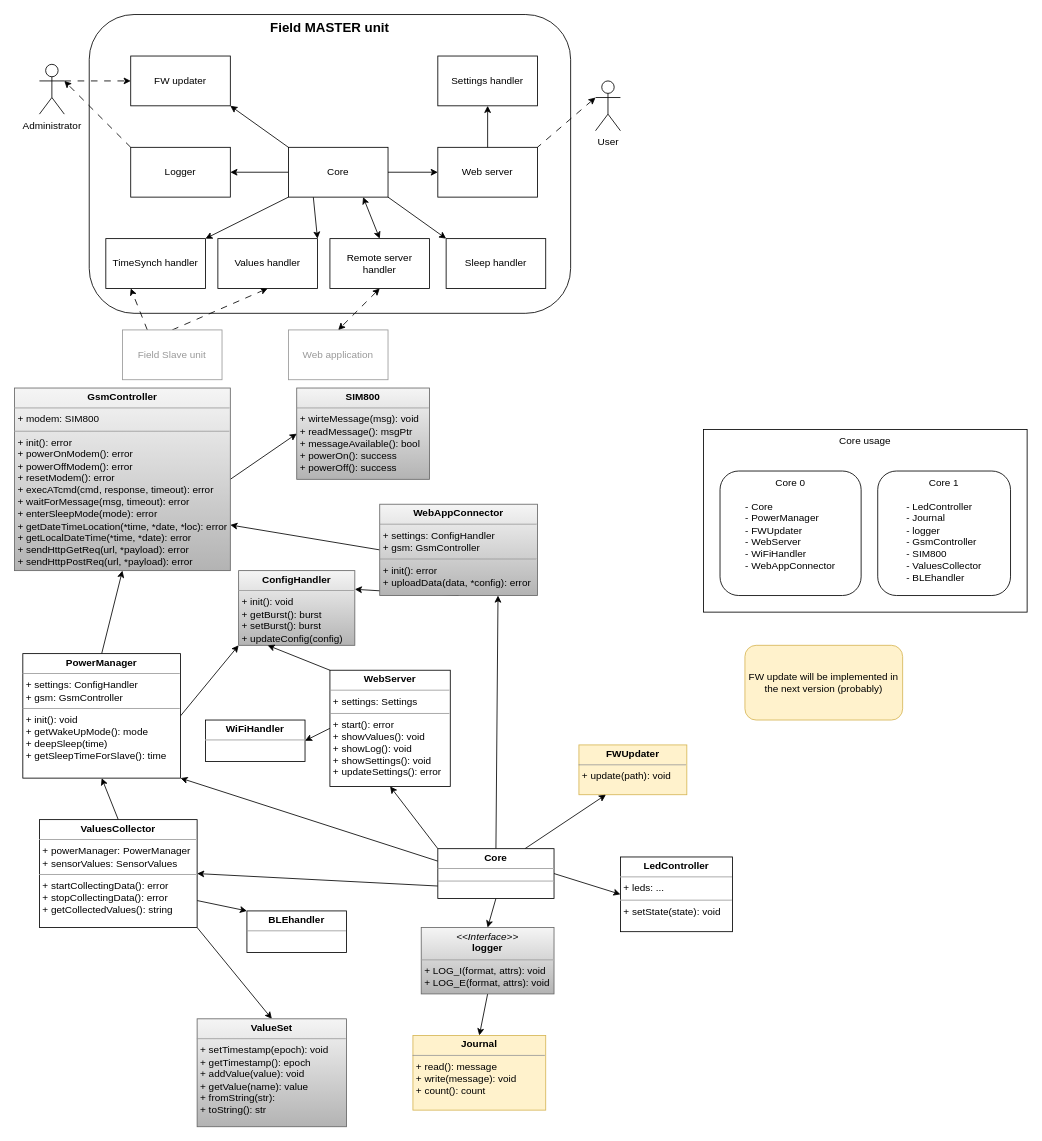
This is page "Master unit" (7 of 7) of docs/Apiary_charts_and_views.drawio from Barabas19/Apiary_system, a draw.io file, before an edit. Source tidied: cells renumbered, new cells numbered last; positions are measured from the earlier drawing's top-left corner, leaving out a move shared by most shapes. Both pictures are drawn from the tidied source at 83%, with x=0, y=0 at pixel (14, 14).
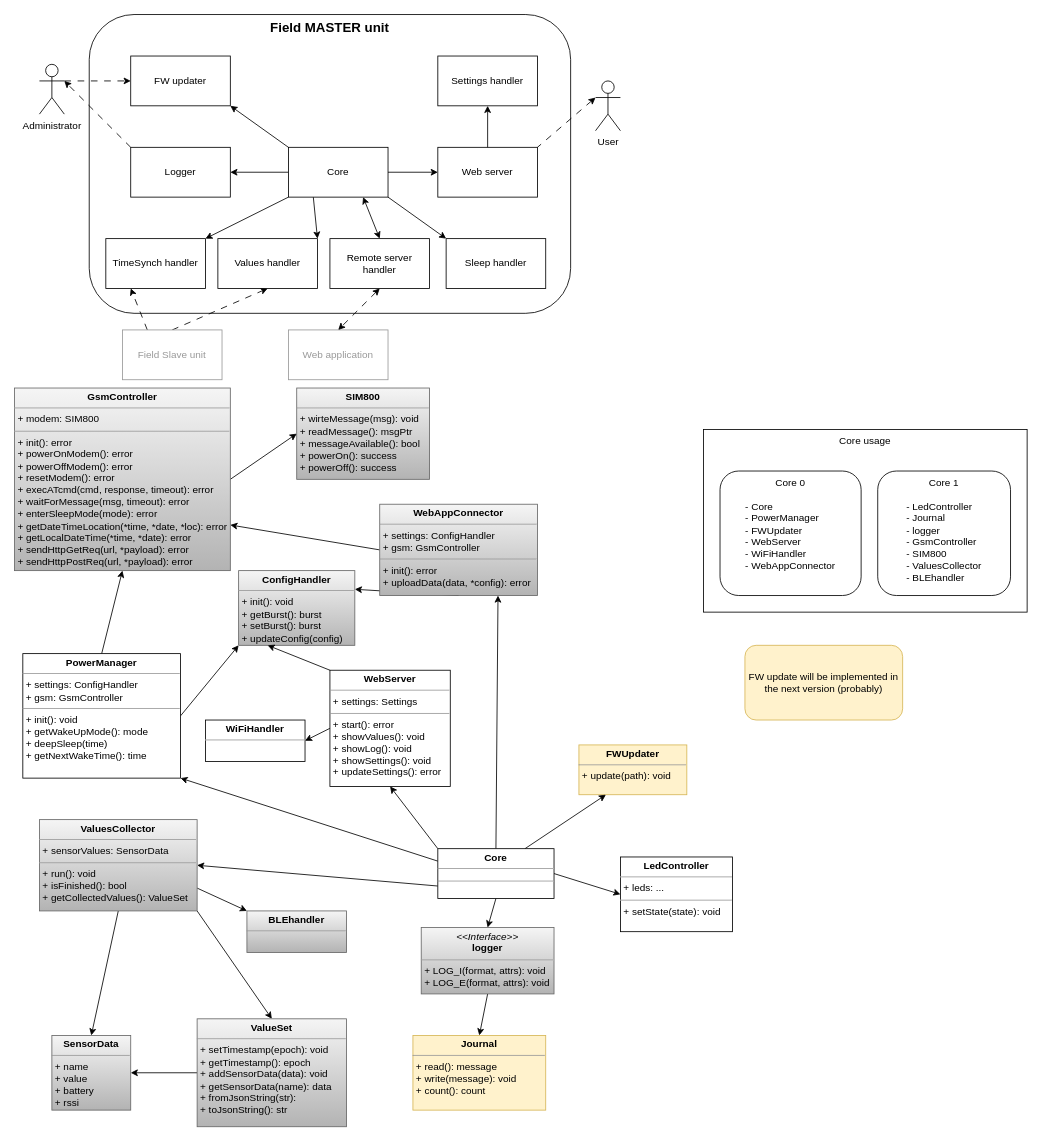
The same page after the edit.

Change to the diagram source:
```diff
@@
-    <mxCell id="40" value="&lt;p style=&quot;margin:0px;margin-top:4px;text-align:center;&quot;&gt;&lt;b&gt;PowerManager&lt;/b&gt;&lt;/p&gt;&lt;hr size=&quot;1&quot;&gt;&lt;p style=&quot;margin:0px;margin-left:4px;&quot;&gt;+ settings: ConfigHandler&lt;/p&gt;&lt;p style=&quot;margin:0px;margin-left:4px;&quot;&gt;+ gsm: GsmController&lt;/p&gt;&lt;hr size=&quot;1&quot;&gt;&lt;p style=&quot;margin:0px;margin-left:4px;&quot;&gt;+ init(): void&lt;/p&gt;&lt;p style=&quot;margin:0px;margin-left:4px;&quot;&gt;+ getWakeUpMode(): mode&lt;/p&gt;&lt;p style=&quot;margin:0px;margin-left:4px;&quot;&gt;+ deepSleep(time)&lt;/p&gt;&lt;p style=&quot;margin:0px;margin-left:4px;&quot;&gt;+ getSleepTimeForSlave(): time&lt;/p&gt;" style="verticalAlign=top;align=left;overflow=fill;fontSize=12;fontFamily=Helvetica;html=1;whiteSpace=wrap;" parent="1" vertex="1">
+    <mxCell id="40" value="&lt;p style=&quot;margin:0px;margin-top:4px;text-align:center;&quot;&gt;&lt;b&gt;PowerManager&lt;/b&gt;&lt;/p&gt;&lt;hr size=&quot;1&quot;&gt;&lt;p style=&quot;margin:0px;margin-left:4px;&quot;&gt;+ settings: ConfigHandler&lt;/p&gt;&lt;p style=&quot;margin:0px;margin-left:4px;&quot;&gt;+ gsm: GsmController&lt;/p&gt;&lt;hr size=&quot;1&quot;&gt;&lt;p style=&quot;margin:0px;margin-left:4px;&quot;&gt;+ init(): void&lt;/p&gt;&lt;p style=&quot;margin:0px;margin-left:4px;&quot;&gt;+ getWakeUpMode(): mode&lt;/p&gt;&lt;p style=&quot;margin:0px;margin-left:4px;&quot;&gt;+ deepSleep(time)&lt;/p&gt;&lt;p style=&quot;margin:0px;margin-left:4px;&quot;&gt;+ getNextWakeTime(): time&lt;/p&gt;" style="verticalAlign=top;align=left;overflow=fill;fontSize=12;fontFamily=Helvetica;html=1;whiteSpace=wrap;" parent="1" vertex="1">
       <mxGeometry x="10" y="770" width="190" height="150" as="geometry" />
     </mxCell>
@@
-    <mxCell id="42" style="edgeStyle=none;rounded=0;jettySize=auto;html=1;exitX=0.5;exitY=0;exitDx=0;exitDy=0;entryX=0.5;entryY=1;entryDx=0;entryDy=0;" parent="1" edge="1" source="45" target="40">
-      <mxGeometry relative="1" as="geometry" />
-    </mxCell>
@@
+    <mxCell id="68" style="rounded=0;jettySize=auto;html=1;exitX=0.5;exitY=1;exitDx=0;exitDy=0;entryX=0.5;entryY=0;entryDx=0;entryDy=0;" parent="1" edge="1" source="45" target="70">
+      <mxGeometry relative="1" as="geometry" />
+    </mxCell>
-    <mxCell id="45" value="&lt;p style=&quot;margin:0px;margin-top:4px;text-align:center;&quot;&gt;&lt;b style=&quot;border-color: var(--border-color);&quot;&gt;ValuesCollector&lt;/b&gt;&lt;br&gt;&lt;/p&gt;&lt;hr size=&quot;1&quot;&gt;&lt;p style=&quot;margin:0px;margin-left:4px;&quot;&gt;+ powerManager: PowerManager&lt;br&gt;&lt;/p&gt;&lt;p style=&quot;margin:0px;margin-left:4px;&quot;&gt;+ sensorValues: SensorValues&lt;/p&gt;&lt;hr size=&quot;1&quot;&gt;&lt;p style=&quot;border-color: var(--border-color); margin: 0px 0px 0px 4px;&quot;&gt;+ startCollectingData(): error&lt;/p&gt;&lt;p style=&quot;margin:0px;margin-left:4px;&quot;&gt;+ stopCollectingData(): error&lt;/p&gt;&lt;p style=&quot;margin:0px;margin-left:4px;&quot;&gt;&lt;span style=&quot;background-color: initial;&quot;&gt;+ getCollectedValues(): string&amp;nbsp;&lt;/span&gt;&lt;br&gt;&lt;/p&gt;" style="verticalAlign=top;align=left;overflow=fill;fontSize=12;fontFamily=Helvetica;html=1;whiteSpace=wrap;" parent="1" vertex="1">
-      <mxGeometry x="30" y="970" width="190" height="130" as="geometry" />
+    <mxCell id="45" value="&lt;p style=&quot;margin:0px;margin-top:4px;text-align:center;&quot;&gt;&lt;b style=&quot;border-color: var(--border-color);&quot;&gt;ValuesCollector&lt;/b&gt;&lt;br&gt;&lt;/p&gt;&lt;hr size=&quot;1&quot;&gt;&lt;p style=&quot;margin:0px;margin-left:4px;&quot;&gt;&lt;span style=&quot;background-color: initial;&quot;&gt;+ sensorValues: SensorData&lt;/span&gt;&lt;br&gt;&lt;/p&gt;&lt;hr size=&quot;1&quot;&gt;&lt;p style=&quot;border-color: var(--border-color); margin: 0px 0px 0px 4px;&quot;&gt;+ run(): void&lt;/p&gt;&lt;p style=&quot;margin:0px;margin-left:4px;&quot;&gt;+ isFinished(): bool&lt;/p&gt;&lt;p style=&quot;margin:0px;margin-left:4px;&quot;&gt;&lt;span style=&quot;background-color: initial;&quot;&gt;+ getCollectedValues(): ValueSet&lt;/span&gt;&lt;br&gt;&lt;/p&gt;" style="verticalAlign=top;align=left;overflow=fill;fontSize=12;fontFamily=Helvetica;html=1;whiteSpace=wrap;fillColor=#f5f5f5;gradientColor=#b3b3b3;strokeColor=#666666;" parent="1" vertex="1">
+      <mxGeometry x="30" y="970" width="190" height="110" as="geometry" />
     </mxCell>
@@
+    <mxCell id="69" style="edgeStyle=orthogonalEdgeStyle;rounded=0;jettySize=auto;html=1;exitX=0;exitY=0.5;exitDx=0;exitDy=0;entryX=1;entryY=0.5;entryDx=0;entryDy=0;" parent="1" edge="1" source="59" target="70">
+      <mxGeometry relative="1" as="geometry" />
+    </mxCell>
-    <mxCell id="59" value="&lt;p style=&quot;margin:0px;margin-top:4px;text-align:center;&quot;&gt;&lt;b&gt;ValueSet&lt;/b&gt;&lt;/p&gt;&lt;hr size=&quot;1&quot;&gt;&lt;p style=&quot;margin:0px;margin-left:4px;&quot;&gt;&lt;/p&gt;&lt;p style=&quot;margin:0px;margin-left:4px;&quot;&gt;+ setTimestamp(epoch): void&lt;/p&gt;&lt;p style=&quot;margin:0px;margin-left:4px;&quot;&gt;+ getTimestamp(): epoch&lt;/p&gt;&lt;p style=&quot;margin:0px;margin-left:4px;&quot;&gt;+ addValue(value): void&lt;/p&gt;&lt;p style=&quot;margin:0px;margin-left:4px;&quot;&gt;+ getValue(name): value&lt;/p&gt;&lt;p style=&quot;margin:0px;margin-left:4px;&quot;&gt;+ fromString(str):&lt;/p&gt;&lt;p style=&quot;margin:0px;margin-left:4px;&quot;&gt;+ toString(): str&lt;/p&gt;" style="verticalAlign=top;align=left;overflow=fill;fontSize=12;fontFamily=Helvetica;html=1;whiteSpace=wrap;fillColor=#f5f5f5;strokeColor=#666666;gradientColor=#b3b3b3;" parent="1" vertex="1">
+    <mxCell id="59" value="&lt;p style=&quot;margin:0px;margin-top:4px;text-align:center;&quot;&gt;&lt;b&gt;ValueSet&lt;/b&gt;&lt;/p&gt;&lt;hr size=&quot;1&quot;&gt;&lt;p style=&quot;margin:0px;margin-left:4px;&quot;&gt;&lt;/p&gt;&lt;p style=&quot;margin:0px;margin-left:4px;&quot;&gt;+ setTimestamp(epoch): void&lt;/p&gt;&lt;p style=&quot;margin:0px;margin-left:4px;&quot;&gt;+ getTimestamp(): epoch&lt;/p&gt;&lt;p style=&quot;margin:0px;margin-left:4px;&quot;&gt;+ addSensorData(data): void&lt;/p&gt;&lt;p style=&quot;margin:0px;margin-left:4px;&quot;&gt;+ getSensorData(name): data&lt;/p&gt;&lt;p style=&quot;margin:0px;margin-left:4px;&quot;&gt;+ fromJsonString(str):&lt;/p&gt;&lt;p style=&quot;margin:0px;margin-left:4px;&quot;&gt;+ toJsonString(): str&lt;/p&gt;" style="verticalAlign=top;align=left;overflow=fill;fontSize=12;fontFamily=Helvetica;html=1;whiteSpace=wrap;fillColor=#f5f5f5;strokeColor=#666666;gradientColor=#b3b3b3;" parent="1" vertex="1">
       <mxGeometry x="220" y="1210" width="180" height="130" as="geometry" />
     </mxCell>
@@
-    <mxCell id="61" value="&lt;p style=&quot;margin:0px;margin-top:4px;text-align:center;&quot;&gt;&lt;b&gt;BLEhandler&lt;/b&gt;&lt;/p&gt;&lt;hr size=&quot;1&quot;&gt;&lt;p style=&quot;margin:0px;margin-left:4px;&quot;&gt;&lt;/p&gt;&lt;p style=&quot;margin:0px;margin-left:4px;&quot;&gt;&lt;br&gt;&lt;/p&gt;" style="verticalAlign=top;align=left;overflow=fill;fontSize=12;fontFamily=Helvetica;html=1;whiteSpace=wrap;" parent="1" vertex="1">
+    <mxCell id="61" value="&lt;p style=&quot;margin:0px;margin-top:4px;text-align:center;&quot;&gt;&lt;b&gt;BLEhandler&lt;/b&gt;&lt;/p&gt;&lt;hr size=&quot;1&quot;&gt;&lt;p style=&quot;margin:0px;margin-left:4px;&quot;&gt;&lt;/p&gt;&lt;p style=&quot;margin:0px;margin-left:4px;&quot;&gt;&lt;br&gt;&lt;/p&gt;" style="verticalAlign=top;align=left;overflow=fill;fontSize=12;fontFamily=Helvetica;html=1;whiteSpace=wrap;fillColor=#f5f5f5;gradientColor=#b3b3b3;strokeColor=#666666;" parent="1" vertex="1">
       <mxGeometry x="280" y="1080" width="120" height="50" as="geometry" />
     </mxCell>
@@
+    <mxCell id="70" value="&lt;p style=&quot;margin:0px;margin-top:4px;text-align:center;&quot;&gt;&lt;b&gt;SensorData&lt;/b&gt;&lt;/p&gt;&lt;hr size=&quot;1&quot;&gt;&lt;p style=&quot;margin:0px;margin-left:4px;&quot;&gt;&lt;/p&gt;&lt;p style=&quot;margin:0px;margin-left:4px;&quot;&gt;+ name&lt;/p&gt;&lt;p style=&quot;margin:0px;margin-left:4px;&quot;&gt;+ value&lt;/p&gt;&lt;p style=&quot;margin:0px;margin-left:4px;&quot;&gt;+ battery&lt;/p&gt;&lt;p style=&quot;margin:0px;margin-left:4px;&quot;&gt;+ rssi&lt;/p&gt;" style="verticalAlign=top;align=left;overflow=fill;fontSize=12;fontFamily=Helvetica;html=1;whiteSpace=wrap;fillColor=#f5f5f5;gradientColor=#b3b3b3;strokeColor=#666666;" parent="1" vertex="1">
+      <mxGeometry x="45" y="1230" width="95" height="90" as="geometry" />
+    </mxCell>
```
